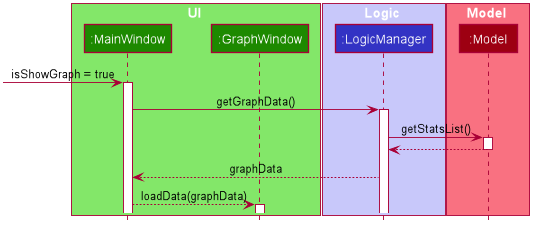
nus-cs2103-AY1920S1/addressbook-level3 keeps this PlantUML diagram as docs/images/GraphDataSequenceDiagram.png. Above is the earlier version.
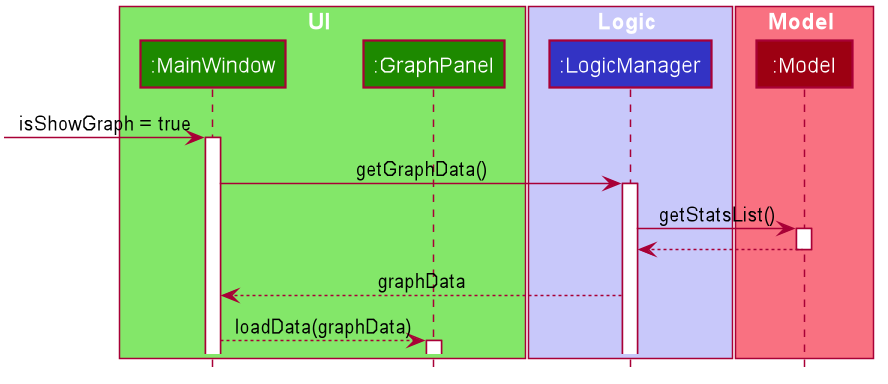
After the commit.

Diff of the diagram source:
```diff
@@ -50,7 +50,7 @@
 
 box UI #83E769
 participant ":MainWindow" as MainWindow #1D8900
-participant ":GraphWindow" as GraphWindow #1D8900
+participant ":GraphPanel" as GraphPanel #1D8900
 end box
 
 box Logic #C8C8FA
@@ -76,7 +76,7 @@
 LogicManager --> MainWindow: graphData
 deactivate Model
 
-MainWindow --> GraphWindow: loadData(graphData)
-activate GraphWindow
+MainWindow --> GraphPanel: loadData(graphData)
+activate GraphPanel
 
 @enduml
```
